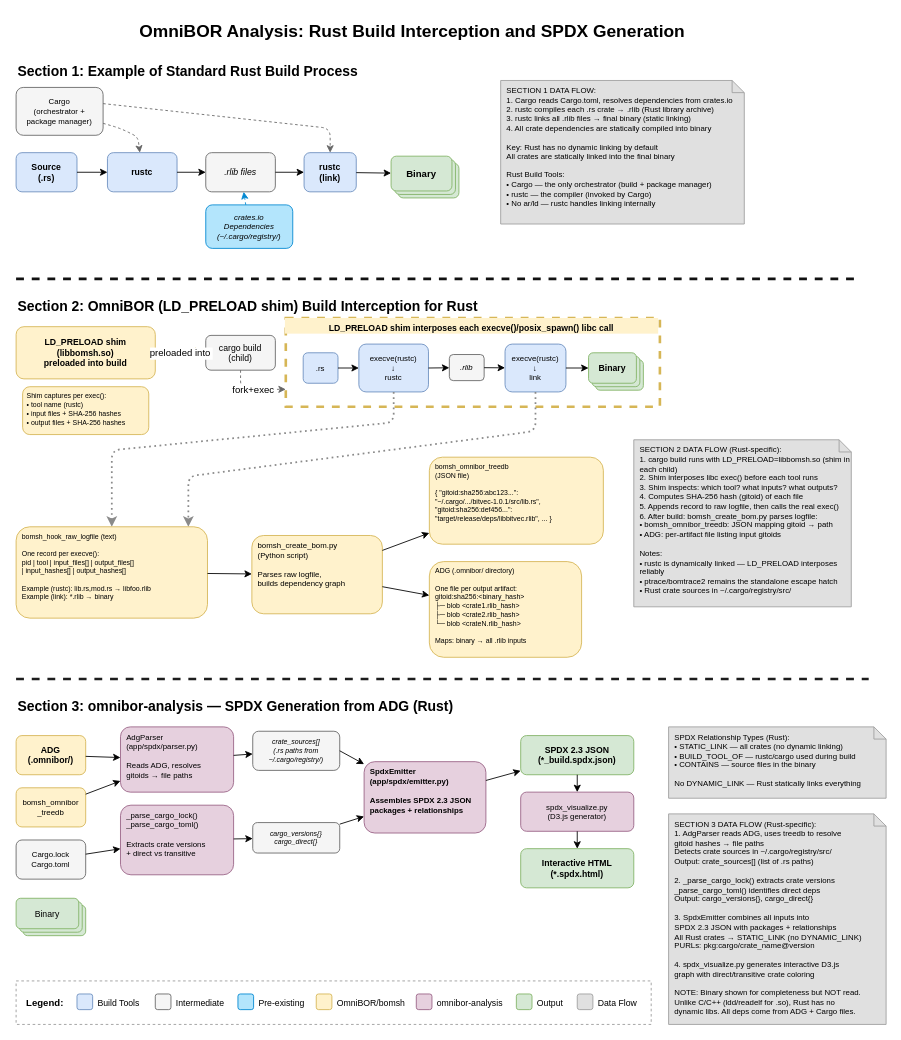
Earlier version of the draw.io diagram docs/sidecar/rust/rust-build-interception.drawio (tedg-dev/bisbom-gen). Source tidied: cells renumbered, new cells numbered last; positions are measured from the earlier drawing's top-left corner, leaving out a move shared by most shapes. Both pictures are drawn from the tidied source at 87%, with x=0, y=0 at pixel (16, 15).
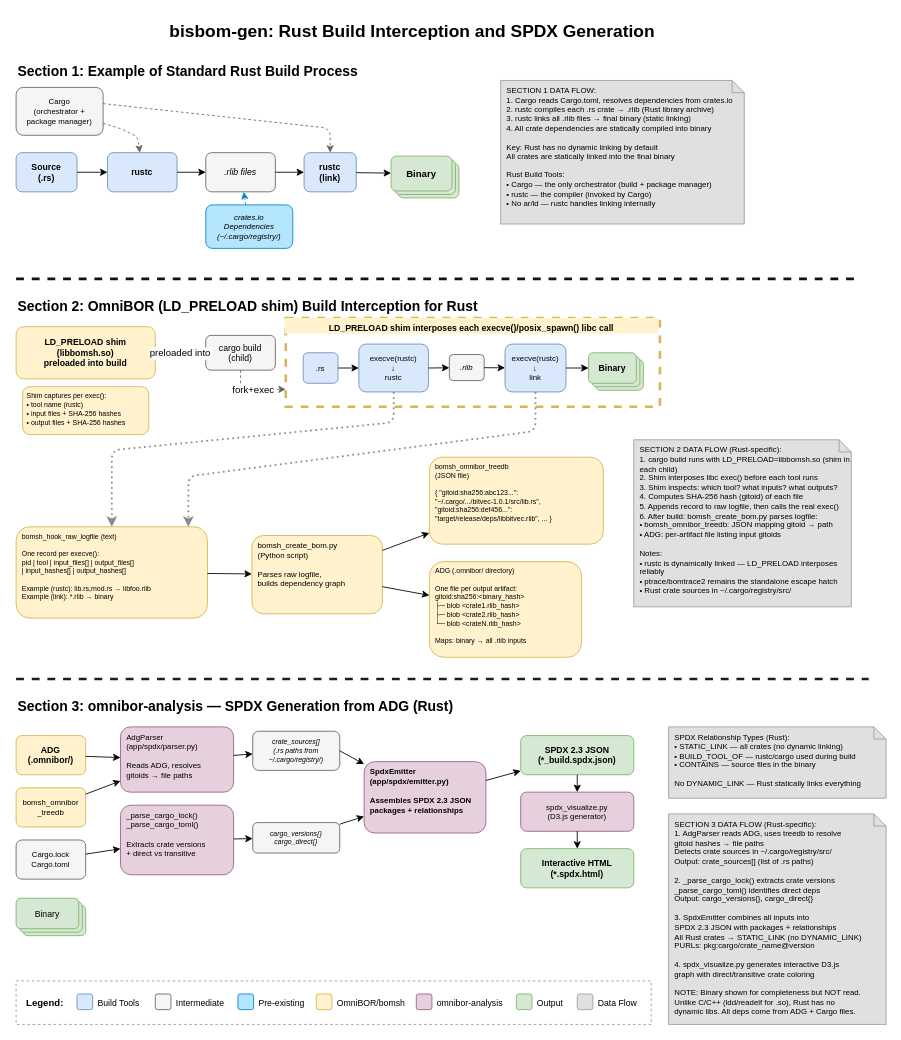
The same diagram, later.

What changed in the source:
```diff
@@
-    <mxCell id="2" value="OmniBOR Analysis: Rust Build Interception and SPDX Generation" style="text;html=1;fontSize=20;fontStyle=1;align=center;" parent="1" vertex="1">
+    <mxCell id="2" value="bisbom-gen: Rust Build Interception and SPDX Generation" style="text;html=1;fontSize=20;fontStyle=1;align=center;" parent="1" vertex="1">
       <mxGeometry x="80" width="750" height="40" as="geometry" />
     </mxCell>
```
